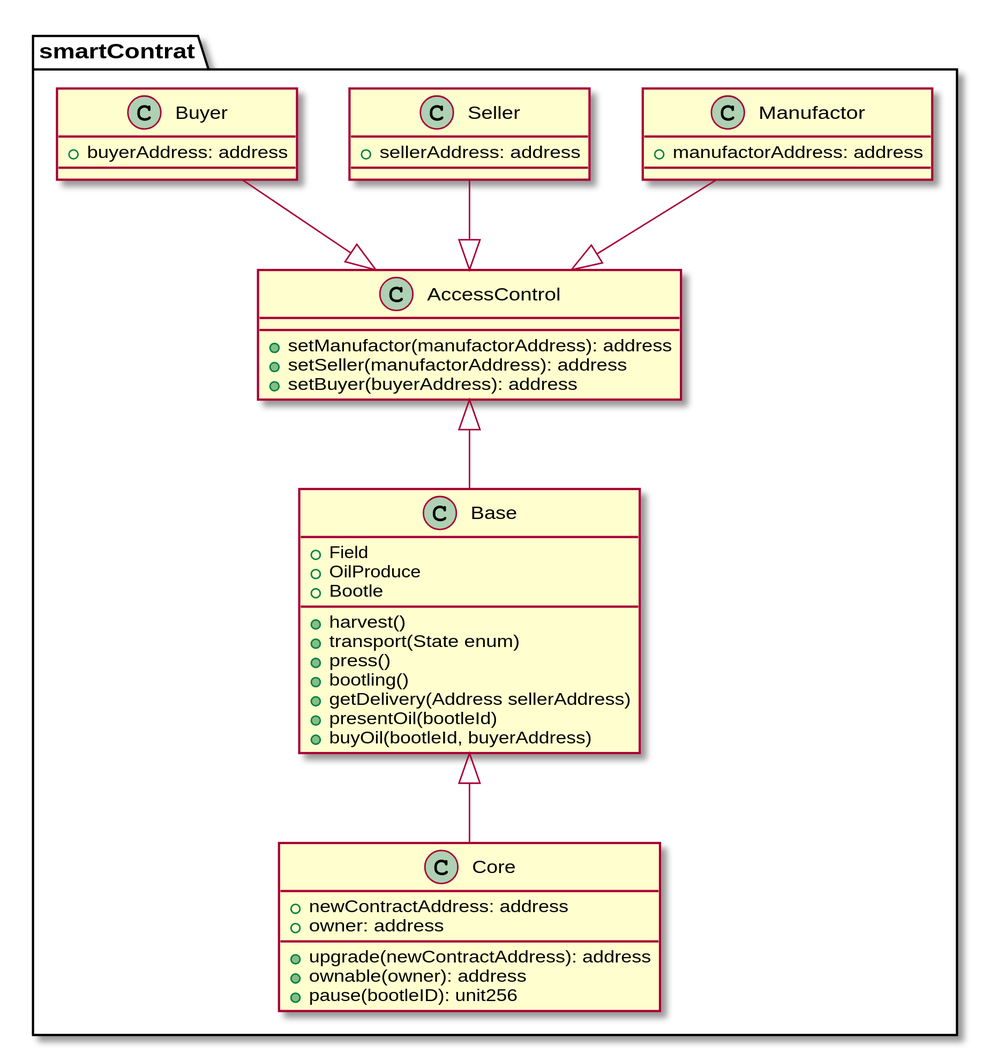
This is images/DataModelSmartContract.svg from Eifel42/organicOil, a PlantUML export, as it was before one commit.
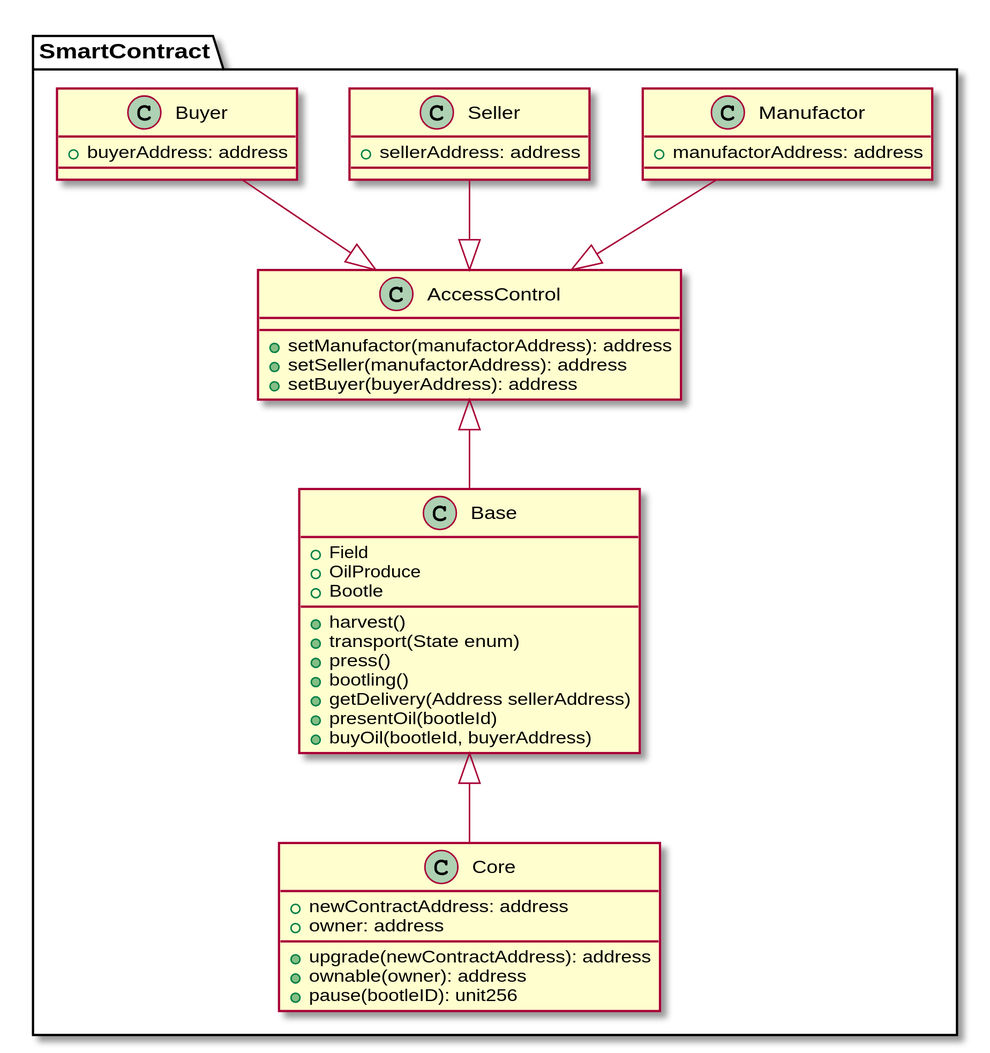
Above is the later version.

Diff of the diagram source:
```diff
@@ -1,5 +1,5 @@
 @startuml
-package smartContrat {
+package SmartContract {
     scale 2
      class Core  {
         + newContractAddress: address
```
